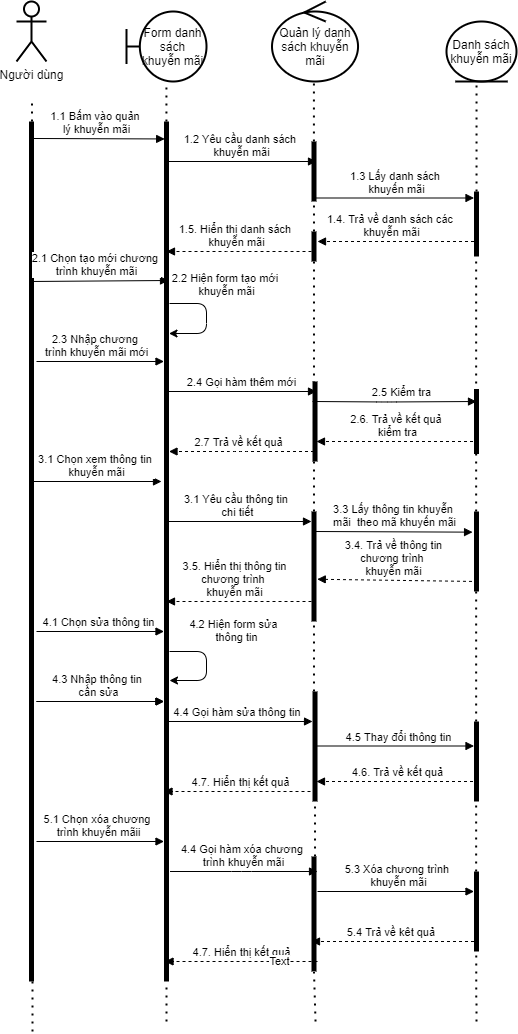
Above: Diagram/Sequence/QuanLyKhuyenMai.png in TccKaiCi/PTTK_CuaHangGiay (draw.io), before the change. Source tidied: cells renumbered, new cells last; positions are measured from the earlier drawing's top-left corner, leaving out a move shared by most shapes.
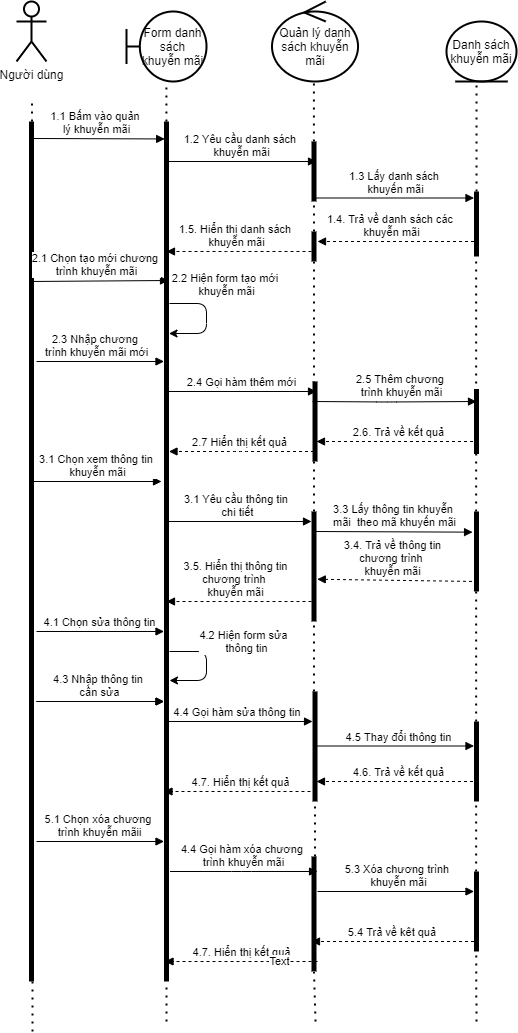
The same diagram one commit later.

What changed in the source:
```diff
@@ -132,7 +132,7 @@
     <mxCell id="31" style="html=1;points=[];perimeter=orthogonalPerimeter;fillColor=#000000;strokeColor=none;" parent="1" vertex="1">
       <mxGeometry x="296" y="380" width="5" height="80" as="geometry" />
     </mxCell>
-    <mxCell id="32" value="2.5 Kiểm tra" style="html=1;verticalAlign=bottom;endArrow=block;" parent="1" edge="1">
+    <mxCell id="32" value="2.5 Thêm chương &lt;br&gt;trình khuyễn mãi" style="html=1;verticalAlign=bottom;endArrow=block;" parent="1" edge="1">
       <mxGeometry x="0.08" relative="1" as="geometry">
         <mxPoint x="296" y="400" as="sourcePoint" />
         <mxPoint x="460" y="400" as="targetPoint" />
@@ -141,7 +141,7 @@
         </Array>
       </mxGeometry>
     </mxCell>
-    <mxCell id="33" value="2.6. Trả về kết quả &lt;br&gt;kiểm tra" style="html=1;verticalAlign=bottom;endArrow=block;dashed=1;entryX=0.796;entryY=0.75;entryDx=0;entryDy=0;entryPerimeter=0;" parent="1" edge="1" target="31">
+    <mxCell id="33" value="2.6. Trả về kết quả " style="html=1;verticalAlign=bottom;endArrow=block;dashed=1;entryX=0.796;entryY=0.75;entryDx=0;entryDy=0;entryPerimeter=0;" parent="1" edge="1" target="31">
       <mxGeometry relative="1" as="geometry">
         <mxPoint x="462.5" y="440" as="sourcePoint" />
       </mxGeometry>
@@ -155,7 +155,7 @@
     <mxCell id="36" style="endArrow=none;dashed=1;html=1;dashPattern=1 3;strokeWidth=2;entryX=0.429;entryY=1;entryDx=0;entryDy=0;entryPerimeter=0;" parent="1" edge="1" source="42" target="35">
       <mxGeometry relative="1" as="geometry" />
     </mxCell>
-    <mxCell id="37" value="2.7 Trả về kết quả" style="html=1;verticalAlign=bottom;endArrow=block;dashed=1;" parent="1" edge="1">
+    <mxCell id="37" value="2.7 Hiển thị kết quả" style="html=1;verticalAlign=bottom;endArrow=block;dashed=1;" parent="1" edge="1">
       <mxGeometry x="0.03" relative="1" as="geometry">
         <mxPoint x="297.5" y="450" as="sourcePoint" />
         <mxPoint x="152.5" y="450" as="targetPoint" />
@@ -220,14 +220,14 @@
       <mxGeometry relative="1" as="geometry" />
     </mxCell>
     <mxCell id="50" value="4.2 Hiện form sửa&amp;nbsp;&amp;nbsp;&lt;br&gt;thông tin" style="endArrow=classic;html=1;" parent="1" edge="1">
-      <mxGeometry x="-0.29" y="36" relative="1" as="geometry">
+      <mxGeometry x="-0.28" y="41" relative="1" as="geometry">
         <mxPoint x="153" y="650" as="sourcePoint" />
         <mxPoint x="153" y="679" as="targetPoint" />
         <Array as="points">
           <mxPoint x="190" y="650" />
           <mxPoint x="190" y="679" />
         </Array>
-        <mxPoint x="-6" y="-20" as="offset" />
+        <mxPoint x="-1" y="-10" as="offset" />
       </mxGeometry>
     </mxCell>
     <mxCell id="51" value="4.3 Nhập thông tin &lt;br&gt;cần sửa" style="html=1;verticalAlign=bottom;endArrow=block;entryX=0.9;entryY=0.38;entryDx=0;entryDy=0;entryPerimeter=0;" parent="1" edge="1">
```
